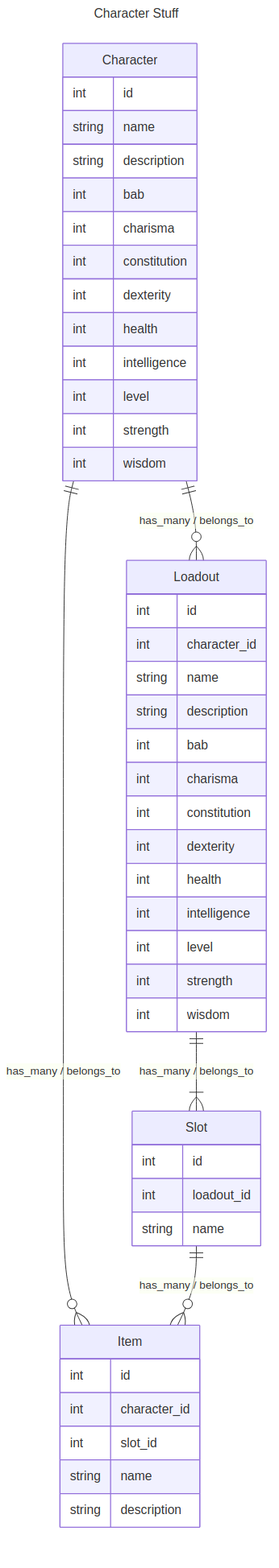
The Mermaid diagram docs/erd.png in nicholastonelli/heroes2, before a commit. Its source is kept beside it as docs/erd.mmd.
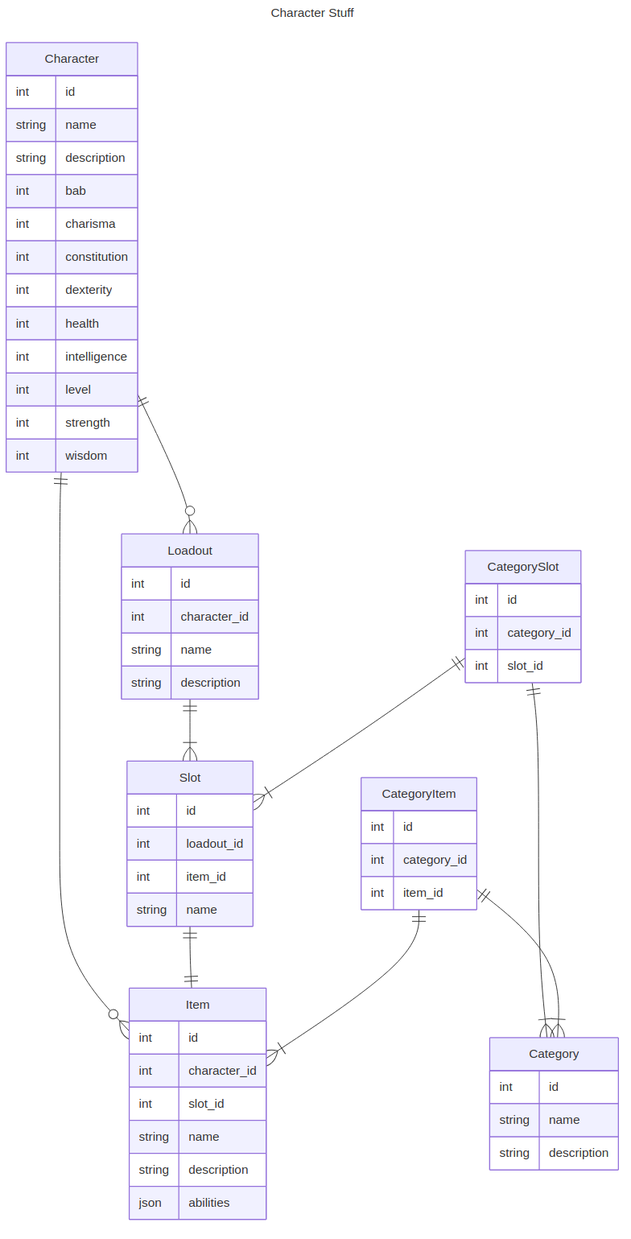
The same file after the commit.

Diff of the diagram source:
```diff
@@ -2,11 +2,14 @@
 title: Character Stuff
 ---
 erDiagram
-    Character ||--o{ Item    : "has_many / belongs_to"
-    Character ||--o{ Loadout : "has_many / belongs_to"
-    Loadout   ||--|{ Slot    : "has_many / belongs_to"
-    Slot      ||--o{ Item    : "has_many / belongs_to"
-    Item
+    Character    ||--o{ Item        : ""
+    Character    ||--o{ Loadout     : ""
+    Loadout      ||--|{ Slot        : ""
+    Slot         ||--|| Item        : ""
+    CategorySlot ||--|{ Slot        : ""
+    CategoryItem ||--|{ Item        : ""
+    CategorySlot ||--|{ Category    : ""
+    CategoryItem ||--|{ Category    : ""
     Character {
         int id
         string name
@@ -26,19 +29,11 @@
         int character_id
         string name
         string description
-        int bab
-        int charisma
-        int constitution
-        int dexterity
-        int health
-        int intelligence
-        int level
-        int strength
-        int wisdom
     }
     Slot {
         int id
         int loadout_id
+        int item_id
         string name
     }
     Item {
@@ -47,4 +42,20 @@
         int slot_id
         string name
         string description
+        json abilities
     }
+    CategorySlot {
+        int id
+        int category_id
+        int slot_id
+    }
+    CategoryItem {
+        int id
+        int category_id
+        int item_id
+    }
+    Category {
+        int id
+        string name
+        string description
+    }
```
